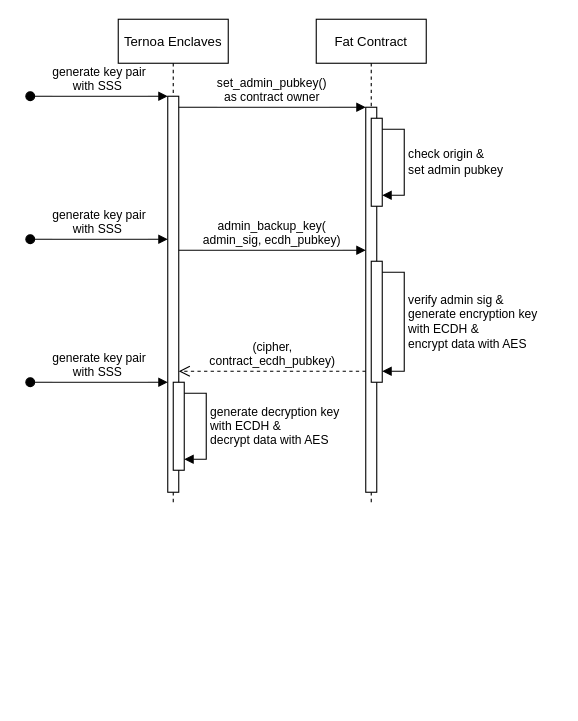
shelvenzhou/drawio-diagrams keeps this draw.io diagram as Ternoa-secret-NFT.drawio. Above is the earlier version. Source tidied: cells renumbered, new cells numbered last; positions are measured from the earlier drawing's top-left corner, leaving out a move shared by most shapes. Both pictures are drawn from the tidied source at 110%, with x=0, y=0 at pixel (30, 19).
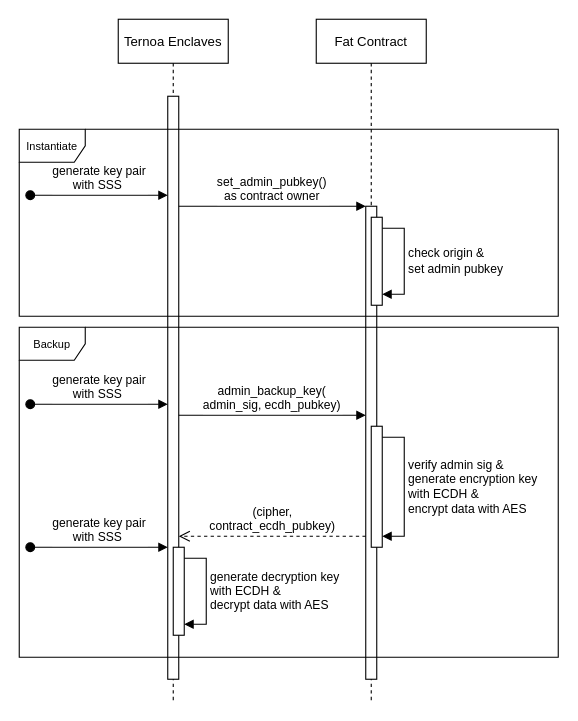
After the change.

Diff of the diagram source:
```diff
@@
     <mxCell id="2" value="Ternoa Enclaves" style="shape=umlLifeline;perimeter=lifelinePerimeter;rounded=0;shadow=0;strokeWidth=1;" parent="1" vertex="1">
-      <mxGeometry x="80" width="100" height="440" as="geometry" />
+      <mxGeometry x="80" width="100" height="620" as="geometry" />
     </mxCell>
     <mxCell id="3" style="points=[];perimeter=orthogonalPerimeter;rounded=0;shadow=0;strokeWidth=1;" parent="2" vertex="1">
-      <mxGeometry x="45" y="70" width="10" height="360" as="geometry" />
+      <mxGeometry x="45" y="70" width="10" height="530" as="geometry" />
     </mxCell>
-    <mxCell id="4" value="generate key pair&#10;with SSS " style="verticalAlign=bottom;startArrow=oval;endArrow=block;startSize=8;shadow=0;strokeWidth=1;" parent="2" edge="1" target="3">
+    <mxCell id="4" value="generate key pair&#10;with SSS " style="verticalAlign=bottom;startArrow=oval;endArrow=block;startSize=8;shadow=0;strokeWidth=1;" parent="2" edge="1">
       <mxGeometry relative="1" as="geometry">
-        <mxPoint x="-80" y="70" as="sourcePoint" />
+        <mxPoint x="-80" y="160" as="sourcePoint" />
+        <mxPoint x="45" y="160" as="targetPoint" />
       </mxGeometry>
     </mxCell>
-    <mxCell id="5" value="generate key pair&#10;with SSS " style="verticalAlign=bottom;startArrow=oval;endArrow=block;startSize=8;shadow=0;strokeWidth=1;" parent="2" edge="1">
-      <mxGeometry relative="1" as="geometry">
-        <mxPoint x="-80" y="330" as="sourcePoint" />
-        <mxPoint x="45" y="330" as="targetPoint" />
-      </mxGeometry>
-    </mxCell>
-    <mxCell id="6" style="points=[];perimeter=orthogonalPerimeter;rounded=0;shadow=0;strokeWidth=1;" parent="2" vertex="1">
-      <mxGeometry x="50" y="330" width="10" height="80" as="geometry" />
-    </mxCell>
-    <mxCell id="7" value="generate decryption key &lt;br&gt;with ECDH &amp;amp;&lt;br&gt;decrypt data with AES" style="edgeStyle=orthogonalEdgeStyle;html=1;align=left;spacingLeft=2;endArrow=block;rounded=0;" parent="2" edge="1" source="6" target="6">
-      <mxGeometry relative="1" as="geometry">
-        <Array as="points">
-          <mxPoint x="80" y="340" />
-          <mxPoint x="80" y="400" />
-        </Array>
-      </mxGeometry>
-    </mxCell>
     <mxCell id="8" value="Fat Contract" style="shape=umlLifeline;perimeter=lifelinePerimeter;rounded=0;shadow=0;strokeWidth=1;" parent="1" vertex="1">
-      <mxGeometry x="260" width="100" height="440" as="geometry" />
+      <mxGeometry x="260" width="100" height="620" as="geometry" />
     </mxCell>
     <mxCell id="9" style="points=[];perimeter=orthogonalPerimeter;rounded=0;shadow=0;strokeWidth=1;" parent="8" vertex="1">
-      <mxGeometry x="45" y="80" width="10" height="350" as="geometry" />
+      <mxGeometry x="45" y="170" width="10" height="430" as="geometry" />
     </mxCell>
     <mxCell id="10" style="points=[];perimeter=orthogonalPerimeter;rounded=0;shadow=0;strokeWidth=1;" parent="8" vertex="1">
-      <mxGeometry x="50" y="90" width="10" height="80" as="geometry" />
+      <mxGeometry x="50" y="180" width="10" height="80" as="geometry" />
     </mxCell>
     <mxCell id="11" value="check origin &amp;amp;&lt;br&gt;set admin pubkey" style="edgeStyle=orthogonalEdgeStyle;html=1;align=left;spacingLeft=2;endArrow=block;rounded=0;" parent="8" edge="1" source="10" target="10">
       <mxGeometry relative="1" as="geometry">
         <Array as="points">
-          <mxPoint x="80" y="100" />
-          <mxPoint x="80" y="160" />
+          <mxPoint x="80" y="190" />
+          <mxPoint x="80" y="250" />
         </Array>
       </mxGeometry>
     </mxCell>
+    <mxCell id="5" value="generate key pair&#10;with SSS " style="verticalAlign=bottom;startArrow=oval;endArrow=block;startSize=8;shadow=0;strokeWidth=1;" parent="8" edge="1">
+      <mxGeometry relative="1" as="geometry">
+        <mxPoint x="-260" y="480" as="sourcePoint" />
+        <mxPoint x="-135" y="480" as="targetPoint" />
+      </mxGeometry>
+    </mxCell>
+    <mxCell id="6" style="points=[];perimeter=orthogonalPerimeter;rounded=0;shadow=0;strokeWidth=1;" parent="8" vertex="1">
+      <mxGeometry x="-130" y="480" width="10" height="80" as="geometry" />
+    </mxCell>
+    <mxCell id="7" value="generate decryption key &lt;br&gt;with ECDH &amp;amp;&lt;br&gt;decrypt data with AES" style="edgeStyle=orthogonalEdgeStyle;html=1;align=left;spacingLeft=2;endArrow=block;rounded=0;" parent="8" edge="1" source="6" target="6">
+      <mxGeometry relative="1" as="geometry">
+        <Array as="points">
+          <mxPoint x="-100" y="490" />
+          <mxPoint x="-100" y="550" />
+        </Array>
+      </mxGeometry>
+    </mxCell>
     <mxCell id="12" style="points=[];perimeter=orthogonalPerimeter;rounded=0;shadow=0;strokeWidth=1;" parent="8" vertex="1">
-      <mxGeometry x="50" y="220" width="10" height="110" as="geometry" />
+      <mxGeometry x="50" y="370" width="10" height="110" as="geometry" />
     </mxCell>
     <mxCell id="13" value="verify admin sig &amp;amp;&lt;br&gt;generate encryption key &lt;br&gt;with ECDH &amp;amp;&lt;br&gt;encrypt data with AES" style="edgeStyle=orthogonalEdgeStyle;html=1;align=left;spacingLeft=2;endArrow=block;rounded=0;" parent="8" edge="1" source="12" target="12">
       <mxGeometry relative="1" as="geometry">
         <Array as="points">
-          <mxPoint x="80" y="230" />
-          <mxPoint x="80" y="320" />
+          <mxPoint x="80" y="380" />
+          <mxPoint x="80" y="470" />
         </Array>
       </mxGeometry>
     </mxCell>
-    <mxCell id="14" value="set_admin_pubkey()&#10;as contract owner" style="verticalAlign=bottom;endArrow=block;entryX=0;entryY=0;shadow=0;strokeWidth=1;" parent="1" edge="1" source="3" target="9">
-      <mxGeometry relative="1" as="geometry" />
-    </mxCell>
-    <mxCell id="15" value="generate key pair&#10;with SSS " style="verticalAlign=bottom;startArrow=oval;endArrow=block;startSize=8;shadow=0;strokeWidth=1;" parent="1" edge="1">
+    <mxCell id="15" value="generate key pair&#10;with SSS " style="verticalAlign=bottom;startArrow=oval;endArrow=block;startSize=8;shadow=0;strokeWidth=1;" parent="8" edge="1">
       <mxGeometry relative="1" as="geometry">
-        <mxPoint y="200" as="sourcePoint" />
-        <mxPoint x="125" y="200" as="targetPoint" />
+        <mxPoint x="-260" y="350" as="sourcePoint" />
+        <mxPoint x="-135" y="350" as="targetPoint" />
       </mxGeometry>
     </mxCell>
-    <mxCell id="16" value="admin_backup_key(&#10;admin_sig, ecdh_pubkey)" style="verticalAlign=bottom;endArrow=block;shadow=0;strokeWidth=1;" parent="1" edge="1" source="3" target="9">
+    <mxCell id="16" value="admin_backup_key(&#10;admin_sig, ecdh_pubkey)" style="verticalAlign=bottom;endArrow=block;shadow=0;strokeWidth=1;" parent="8" edge="1">
       <mxGeometry relative="1" as="geometry">
+        <mxPoint x="-125" y="360" as="sourcePoint" />
+        <mxPoint x="45" y="360" as="targetPoint" />
         <Array as="points">
-          <mxPoint x="180" y="210" />
+          <mxPoint x="-80" y="360" />
         </Array>
       </mxGeometry>
     </mxCell>
-    <mxCell id="17" value="(cipher,&lt;br&gt;contract_ecdh_pubkey)" style="html=1;verticalAlign=bottom;endArrow=open;dashed=1;endSize=8;rounded=0;" parent="1" edge="1" source="9" target="3">
+    <mxCell id="17" value="(cipher,&lt;br&gt;contract_ecdh_pubkey)" style="html=1;verticalAlign=bottom;endArrow=open;dashed=1;endSize=8;rounded=0;" parent="8" edge="1">
       <mxGeometry relative="1" as="geometry">
+        <mxPoint x="45" y="470" as="sourcePoint" />
+        <mxPoint x="-125" y="470" as="targetPoint" />
         <Array as="points">
-          <mxPoint x="200" y="320" />
+          <mxPoint x="-60" y="470" />
         </Array>
       </mxGeometry>
     </mxCell>
+    <mxCell id="14" value="set_admin_pubkey()&#10;as contract owner" style="verticalAlign=bottom;endArrow=block;entryX=0;entryY=0;shadow=0;strokeWidth=1;" parent="1" edge="1">
+      <mxGeometry relative="1" as="geometry">
+        <mxPoint x="135" y="170" as="sourcePoint" />
+        <mxPoint x="305" y="170" as="targetPoint" />
+      </mxGeometry>
+    </mxCell>
+    <mxCell id="18" value="&lt;font style=&quot;font-size: 10px;&quot;&gt;Instantiate&lt;/font&gt;" style="shape=umlFrame;whiteSpace=wrap;html=1;" parent="1" vertex="1">
+      <mxGeometry x="-10" y="100" width="490" height="170" as="geometry" />
+    </mxCell>
+    <mxCell id="19" value="&lt;span style=&quot;font-size: 10px;&quot;&gt;Backup&lt;/span&gt;" style="shape=umlFrame;whiteSpace=wrap;html=1;" parent="1" vertex="1">
+      <mxGeometry x="-10" y="280" width="490" height="300" as="geometry" />
+    </mxCell>
```
